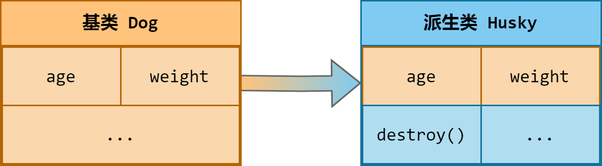
Above: images/generalized_parts/09_dog_and_husky_relationship.drawio.png in cppHusky/cppHusky-cpp-Tutorial (draw.io), before the change. Source tidied: cells renumbered, new cells last; positions are measured from the earlier drawing's top-left corner, leaving out a move shared by most shapes.
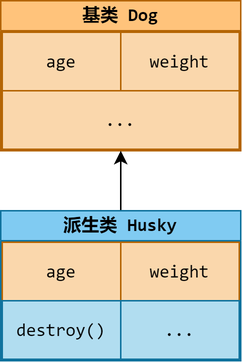
Later version of the same file.

The edit, as a diff of the source:
```diff
@@ -1,38 +1,36 @@
-<mxGraphModel>
+<mxGraphModel background="#ffffff">
   <root>
     <mxCell id="0" />
     <mxCell id="1" parent="0" />
-    <mxCell id="2" style="edgeStyle=orthogonalEdgeStyle;rounded=0;jettySize=auto;html=1;shape=flexArrow;strokeColor=#666666;fillColor=#FFC37B;gradientColor=#80CBF2;gradientDirection=east;" parent="1" edge="1" target="7">
-      <mxGeometry relative="1" as="geometry">
-        <mxPoint x="159" y="55" as="sourcePoint" />
-      </mxGeometry>
-    </mxCell>
-    <mxCell id="3" value="&lt;font face=&quot;consolas&quot;&gt;基类 Dog&lt;/font&gt;" style="swimlane;whiteSpace=wrap;html=1;startSize=30;fillColor=#FFC37B;strokeColor=#b46504;" parent="1" vertex="1">
-      <mxGeometry width="160" height="110" as="geometry" />
+    <mxCell id="3" value="&lt;font face=&quot;consolas&quot;&gt;基类 Dog&lt;/font&gt;" style="swimlane;whiteSpace=wrap;html=1;startSize=20;fillColor=#FFC37B;strokeColor=#b46504;" parent="1" vertex="1">
+      <mxGeometry x="80" y="-110" width="160" height="100" as="geometry" />
     </mxCell>
     <mxCell id="4" value="&lt;font face=&quot;consolas&quot;&gt;age&lt;/font&gt;" style="rounded=0;whiteSpace=wrap;html=1;fillColor=#fad7ac;strokeColor=#b46504;" parent="3" vertex="1">
-      <mxGeometry x="1" y="31" width="79" height="39" as="geometry" />
+      <mxGeometry x="1" y="21" width="79" height="39" as="geometry" />
     </mxCell>
     <mxCell id="5" value="&lt;font face=&quot;consolas&quot;&gt;weight&lt;/font&gt;" style="rounded=0;whiteSpace=wrap;html=1;fillColor=#fad7ac;strokeColor=#b46504;" parent="3" vertex="1">
-      <mxGeometry x="80" y="31" width="79" height="39" as="geometry" />
+      <mxGeometry x="80" y="21" width="79" height="39" as="geometry" />
     </mxCell>
     <mxCell id="6" value="&lt;font face=&quot;consolas&quot;&gt;...&lt;/font&gt;" style="rounded=0;whiteSpace=wrap;html=1;fillColor=#fad7ac;strokeColor=#b46504;" parent="3" vertex="1">
-      <mxGeometry x="1" y="70" width="158" height="39" as="geometry" />
+      <mxGeometry x="1" y="60" width="158" height="39" as="geometry" />
     </mxCell>
+    <mxCell id="12" style="edgeStyle=orthogonalEdgeStyle;rounded=0;jettySize=auto;html=1;" parent="1" edge="1" source="7" target="3">
+      <mxGeometry relative="1" as="geometry" />
+    </mxCell>
-    <mxCell id="7" value="&lt;font face=&quot;consolas&quot;&gt;派生类 Husky&lt;/font&gt;" style="swimlane;whiteSpace=wrap;html=1;startSize=30;fillColor=#80CBF2;strokeColor=#10739e;" parent="1" vertex="1">
-      <mxGeometry x="240" width="160" height="110" as="geometry" />
+    <mxCell id="7" value="&lt;font face=&quot;consolas&quot;&gt;派生类 Husky&lt;/font&gt;" style="swimlane;whiteSpace=wrap;html=1;startSize=20;fillColor=#80CBF2;strokeColor=#10739e;" parent="1" vertex="1">
+      <mxGeometry x="80" y="30" width="160" height="100" as="geometry" />
     </mxCell>
     <mxCell id="8" value="&lt;font face=&quot;consolas&quot;&gt;age&lt;/font&gt;" style="rounded=0;whiteSpace=wrap;html=1;fillColor=#fad7ac;strokeColor=#b46504;" parent="7" vertex="1">
-      <mxGeometry x="1" y="31" width="79" height="39" as="geometry" />
+      <mxGeometry x="1" y="21" width="79" height="39" as="geometry" />
     </mxCell>
     <mxCell id="9" value="&lt;font face=&quot;consolas&quot;&gt;weight&lt;/font&gt;" style="rounded=0;whiteSpace=wrap;html=1;fillColor=#fad7ac;strokeColor=#b46504;" parent="7" vertex="1">
-      <mxGeometry x="80" y="31" width="79" height="39" as="geometry" />
+      <mxGeometry x="80" y="21" width="79" height="39" as="geometry" />
     </mxCell>
     <mxCell id="10" value="&lt;font face=&quot;consolas&quot;&gt;destroy()&lt;/font&gt;" style="rounded=0;whiteSpace=wrap;html=1;fillColor=#b1ddf0;strokeColor=#10739e;" parent="7" vertex="1">
-      <mxGeometry x="1" y="70" width="79" height="39" as="geometry" />
+      <mxGeometry x="1" y="60" width="79" height="39" as="geometry" />
     </mxCell>
     <mxCell id="11" value="&lt;font face=&quot;consolas&quot;&gt;...&lt;/font&gt;" style="rounded=0;whiteSpace=wrap;html=1;fillColor=#b1ddf0;strokeColor=#10739e;" parent="7" vertex="1">
-      <mxGeometry x="80" y="70" width="79" height="39" as="geometry" />
+      <mxGeometry x="80" y="60" width="79" height="39" as="geometry" />
     </mxCell>
   </root>
 </mxGraphModel>
```
